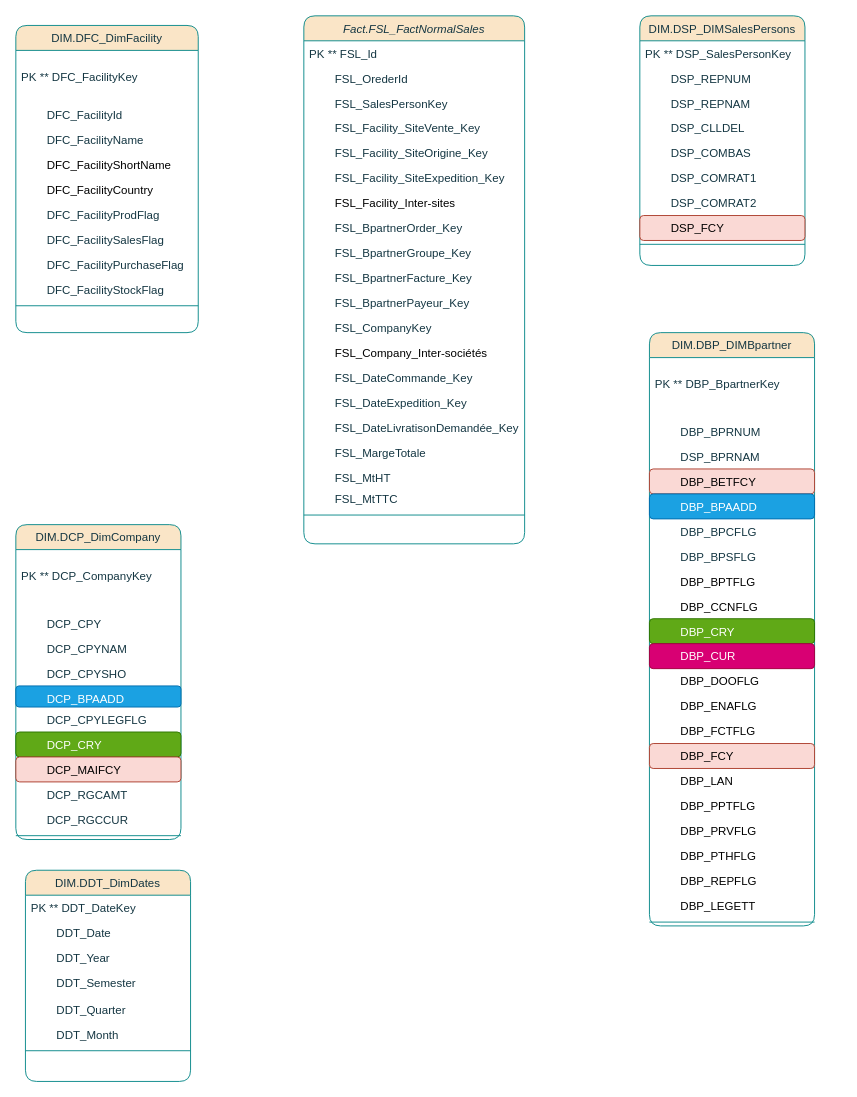
Earlier version of the draw.io diagram Diagramme de classe.drawio (BorchaniMohamed/BI_PROJECT_PFE). Source tidied: cells renumbered, new cells numbered last; positions are measured from the earlier drawing's top-left corner, leaving out a move shared by most shapes. Both pictures are drawn from the tidied source at 96%, with x=0, y=0 at pixel (15, 15).
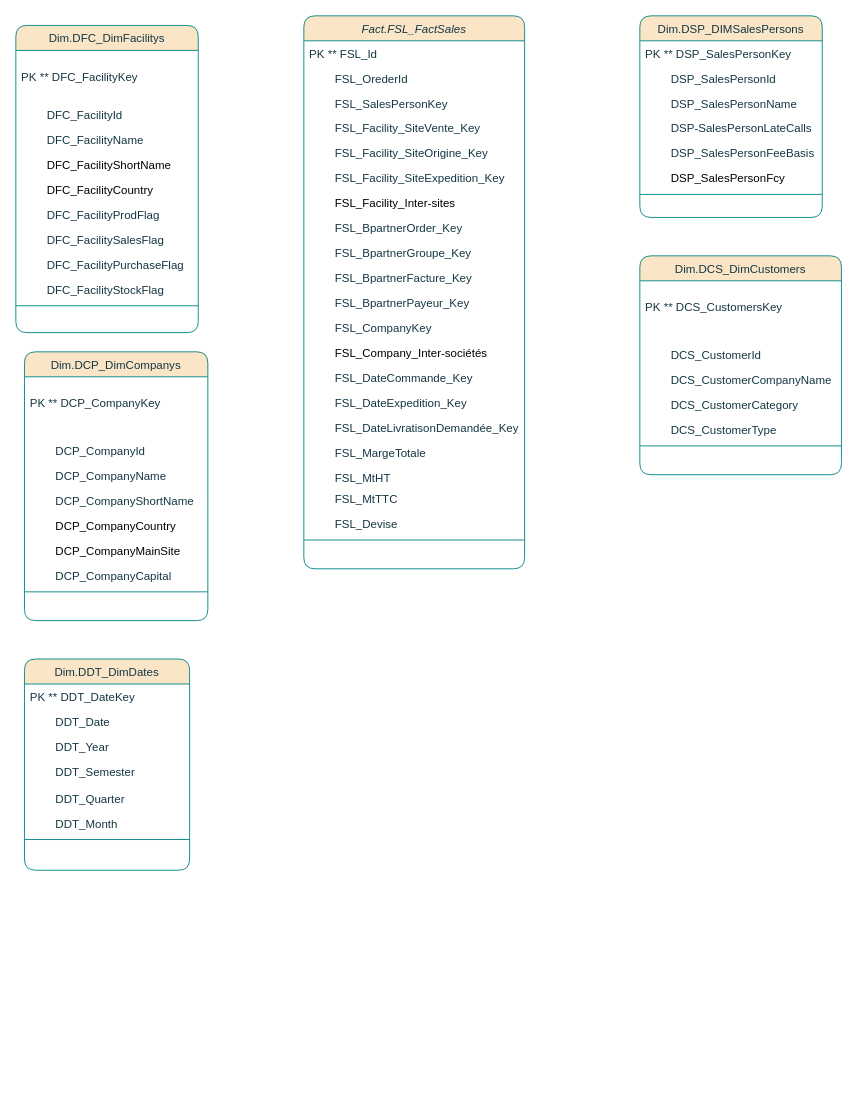
The same diagram, later.

Commit message (it also covers changes not shown here):
Mettre à jour Diagramme de classe.drawio

Diff of the diagram source:
```diff
@@
-    <mxCell id="2" value="Fact.FSL_FactNormalSales" style="swimlane;fontStyle=2;align=center;verticalAlign=top;horizontal=1;startSize=26;rounded=1;shadow=0;strokeWidth=1;labelBackgroundColor=none;fillColor=#FAE5C7;strokeColor=#0F8B8D;fontColor=#143642;" parent="1" vertex="1">
-      <mxGeometry x="300" width="230" height="550" as="geometry" />
+    <mxCell id="2" value="Fact.FSL_FactSales" style="swimlane;fontStyle=2;align=center;verticalAlign=top;horizontal=1;startSize=26;rounded=1;shadow=0;strokeWidth=1;labelBackgroundColor=none;fillColor=#FAE5C7;strokeColor=#0F8B8D;fontColor=#143642;" parent="1" vertex="1">
+      <mxGeometry x="300" width="230" height="576" as="geometry" />
     </mxCell>
@@
+    <mxCell id="87" value="        FSL_Devise" style="text;align=left;verticalAlign=top;spacingLeft=4;spacingRight=4;overflow=hidden;rounded=1;shadow=0;html=0;labelBackgroundColor=none;fontColor=#143642;" parent="2" vertex="1">
+      <mxGeometry y="516" width="230" height="26" as="geometry" />
+    </mxCell>
     <mxCell id="22" style="line;html=1;strokeWidth=1;align=left;verticalAlign=middle;spacingTop=-1;spacingLeft=3;spacingRight=3;labelPosition=right;labelBackgroundColor=none;fillColor=#FAE5C7;strokeColor=#0F8B8D;fontColor=#143642;rounded=1;" parent="2" vertex="1">
-      <mxGeometry y="516" width="230" height="8" as="geometry" />
+      <mxGeometry y="542" width="230" height="8" as="geometry" />
     </mxCell>
-    <mxCell id="23" value="DIM.DSP_DIMSalesPersons" style="swimlane;fontStyle=0;align=center;verticalAlign=top;horizontal=1;startSize=26;rounded=1;shadow=0;strokeWidth=1;fillColor=#FAE5C7;strokeColor=#0F8B8D;labelBackgroundColor=none;fontColor=#143642;" parent="1" vertex="1">
-      <mxGeometry x="650" width="172" height="260" as="geometry" />
+    <mxCell id="23" value="Dim.DSP_DIMSalesPersons" style="swimlane;fontStyle=0;align=center;verticalAlign=top;horizontal=1;startSize=26;rounded=1;shadow=0;strokeWidth=1;fillColor=#FAE5C7;strokeColor=#0F8B8D;labelBackgroundColor=none;fontColor=#143642;" parent="1" vertex="1">
+      <mxGeometry x="650" width="190" height="210" as="geometry" />
     </mxCell>
     <mxCell id="24" value="PK ** DSP_SalesPersonKey" style="text;align=left;verticalAlign=top;spacingLeft=4;spacingRight=4;overflow=hidden;labelBackgroundColor=none;fontColor=#143642;rounded=1;" parent="23" vertex="1">
-      <mxGeometry y="26" width="172" height="26" as="geometry" />
+      <mxGeometry y="26" width="190" height="26" as="geometry" />
     </mxCell>
-    <mxCell id="25" value="        DSP_REPNUM " style="text;align=left;verticalAlign=top;spacingLeft=4;spacingRight=4;overflow=hidden;labelBackgroundColor=none;fontColor=#143642;rounded=1;" parent="23" vertex="1">
-      <mxGeometry y="52" width="172" height="26" as="geometry" />
+    <mxCell id="25" value="        DSP_SalesPersonId" style="text;align=left;verticalAlign=top;spacingLeft=4;spacingRight=4;overflow=hidden;labelBackgroundColor=none;fontColor=#143642;rounded=1;" parent="23" vertex="1">
+      <mxGeometry y="52" width="190" height="26" as="geometry" />
     </mxCell>
-    <mxCell id="26" value="        DSP_REPNAM" style="text;align=left;verticalAlign=top;spacingLeft=4;spacingRight=4;overflow=hidden;labelBackgroundColor=none;fontColor=#143642;rounded=1;" parent="23" vertex="1">
-      <mxGeometry y="78" width="172" height="26" as="geometry" />
+    <mxCell id="26" value="        DSP_SalesPersonName" style="text;align=left;verticalAlign=top;spacingLeft=4;spacingRight=4;overflow=hidden;labelBackgroundColor=none;fontColor=#143642;rounded=1;" parent="23" vertex="1">
+      <mxGeometry y="78" width="190" height="26" as="geometry" />
     </mxCell>
-    <mxCell id="27" value="        DSP_CLLDEL " style="text;align=left;verticalAlign=top;spacingLeft=4;spacingRight=4;overflow=hidden;rounded=1;shadow=0;html=0;labelBackgroundColor=none;fontColor=#143642;" parent="23" vertex="1">
-      <mxGeometry y="104" width="172" height="26" as="geometry" />
+    <mxCell id="27" value="        DSP-SalesPersonLateCalls" style="text;align=left;verticalAlign=top;spacingLeft=4;spacingRight=4;overflow=hidden;rounded=1;shadow=0;html=0;labelBackgroundColor=none;fontColor=#143642;" parent="23" vertex="1">
+      <mxGeometry y="104" width="190" height="26" as="geometry" />
     </mxCell>
-    <mxCell id="28" value="        DSP_COMBAS " style="text;align=left;verticalAlign=top;spacingLeft=4;spacingRight=4;overflow=hidden;rounded=1;shadow=0;html=0;labelBackgroundColor=none;fontColor=#143642;" parent="23" vertex="1">
-      <mxGeometry y="130" width="172" height="26" as="geometry" />
+    <mxCell id="28" value="        DSP_SalesPersonFeeBasis" style="text;align=left;verticalAlign=top;spacingLeft=4;spacingRight=4;overflow=hidden;rounded=1;shadow=0;html=0;labelBackgroundColor=none;fontColor=#143642;" parent="23" vertex="1">
+      <mxGeometry y="130" width="190" height="26" as="geometry" />
     </mxCell>
-    <mxCell id="29" value="        DSP_COMRAT1 " style="text;align=left;verticalAlign=top;spacingLeft=4;spacingRight=4;overflow=hidden;rounded=1;shadow=0;html=0;labelBackgroundColor=none;fontColor=#143642;" parent="23" vertex="1">
-      <mxGeometry y="156" width="172" height="26" as="geometry" />
-    </mxCell>
-    <mxCell id="30" value="        DSP_COMRAT2 " style="text;align=left;verticalAlign=top;spacingLeft=4;spacingRight=4;overflow=hidden;rounded=1;shadow=0;html=0;labelBackgroundColor=none;fontColor=#143642;" parent="23" vertex="1">
-      <mxGeometry y="182" width="172" height="26" as="geometry" />
-    </mxCell>
-    <mxCell id="31" value="        DSP_FCY" style="text;align=left;verticalAlign=top;spacingLeft=4;spacingRight=4;overflow=hidden;rounded=1;shadow=0;html=0;labelBackgroundColor=none;fillColor=#fad9d5;strokeColor=#ae4132;" parent="23" vertex="1">
-      <mxGeometry y="208" width="172" height="26" as="geometry" />
+    <mxCell id="31" value="        DSP_SalesPersonFcy   " style="text;align=left;verticalAlign=top;spacingLeft=4;spacingRight=4;overflow=hidden;rounded=1;shadow=0;html=0;labelBackgroundColor=none;" parent="23" vertex="1">
+      <mxGeometry y="156" width="190" height="26" as="geometry" />
     </mxCell>
     <mxCell id="32" style="line;html=1;strokeWidth=1;align=left;verticalAlign=middle;spacingTop=-1;spacingLeft=3;spacingRight=3;labelPosition=right;labelBackgroundColor=none;fillColor=#FAE5C7;strokeColor=#0F8B8D;fontColor=#143642;rounded=1;" parent="23" vertex="1">
-      <mxGeometry y="234" width="172" height="8" as="geometry" />
+      <mxGeometry y="182" width="190" height="8" as="geometry" />
     </mxCell>
-    <mxCell id="33" value="DIM.DFC_DimFacility" style="swimlane;fontStyle=0;align=center;verticalAlign=top;horizontal=1;startSize=26;rounded=1;shadow=0;strokeWidth=1;fillColor=#FAE5C7;strokeColor=#0F8B8D;labelBackgroundColor=none;fontColor=#143642;" parent="1" vertex="1">
+    <mxCell id="33" value="Dim.DFC_DimFacilitys" style="swimlane;fontStyle=0;align=center;verticalAlign=top;horizontal=1;startSize=26;rounded=1;shadow=0;strokeWidth=1;fillColor=#FAE5C7;strokeColor=#0F8B8D;labelBackgroundColor=none;fontColor=#143642;" parent="1" vertex="1">
       <mxGeometry y="10" width="190" height="320" as="geometry" />
     </mxCell>
@@
-    <mxCell id="44" value="DIM.DBP_DIMBpartner" style="swimlane;fontStyle=0;align=center;verticalAlign=top;horizontal=1;startSize=26;rounded=1;shadow=0;strokeWidth=1;fillColor=#FAE5C7;strokeColor=#0F8B8D;labelBackgroundColor=none;fontColor=#143642;" parent="1" vertex="1">
-      <mxGeometry x="660" y="330" width="172" height="618" as="geometry" />
+    <mxCell id="44" value="Dim.DCS_DimCustomers" style="swimlane;fontStyle=0;align=center;verticalAlign=top;horizontal=1;startSize=26;rounded=1;shadow=0;strokeWidth=1;fillColor=#FAE5C7;strokeColor=#0F8B8D;labelBackgroundColor=none;fontColor=#143642;" parent="1" vertex="1">
+      <mxGeometry x="650" y="250" width="210" height="228" as="geometry" />
     </mxCell>
-    <mxCell id="45" value="&#10;PK ** DBP_BpartnerKey" style="text;align=left;verticalAlign=top;spacingLeft=4;spacingRight=4;overflow=hidden;labelBackgroundColor=none;fontColor=#143642;rounded=1;" parent="44" vertex="1">
-      <mxGeometry y="26" width="172" height="64" as="geometry" />
+    <mxCell id="45" value="&#10;PK ** DCS_CustomersKey" style="text;align=left;verticalAlign=top;spacingLeft=4;spacingRight=4;overflow=hidden;labelBackgroundColor=none;fontColor=#143642;rounded=1;" parent="44" vertex="1">
+      <mxGeometry y="26" width="210" height="64" as="geometry" />
     </mxCell>
-    <mxCell id="46" value="        DBP_BPRNUM" style="text;align=left;verticalAlign=top;spacingLeft=4;spacingRight=4;overflow=hidden;labelBackgroundColor=none;fontColor=#143642;rounded=1;" parent="44" vertex="1">
-      <mxGeometry y="90" width="172" height="26" as="geometry" />
+    <mxCell id="46" value="        DCS_CustomerId" style="text;align=left;verticalAlign=top;spacingLeft=4;spacingRight=4;overflow=hidden;labelBackgroundColor=none;fontColor=#143642;rounded=1;" parent="44" vertex="1">
+      <mxGeometry y="90" width="210" height="26" as="geometry" />
     </mxCell>
-    <mxCell id="47" value="        DSP_BPRNAM" style="text;align=left;verticalAlign=top;spacingLeft=4;spacingRight=4;overflow=hidden;labelBackgroundColor=none;fontColor=#143642;rounded=1;" parent="44" vertex="1">
-      <mxGeometry y="116" width="172" height="26" as="geometry" />
+    <mxCell id="47" value="        DCS_CustomerCompanyName" style="text;align=left;verticalAlign=top;spacingLeft=4;spacingRight=4;overflow=hidden;labelBackgroundColor=none;fontColor=#143642;rounded=1;" parent="44" vertex="1">
+      <mxGeometry y="116" width="210" height="26" as="geometry" />
     </mxCell>
-    <mxCell id="48" value="        DBP_BETFCY" style="text;align=left;verticalAlign=top;spacingLeft=4;spacingRight=4;overflow=hidden;rounded=1;shadow=0;html=0;labelBackgroundColor=none;fillColor=#fad9d5;strokeColor=#ae4132;" parent="44" vertex="1">
-      <mxGeometry y="142" width="172" height="26" as="geometry" />
-    </mxCell>
-    <mxCell id="49" value="        DBP_BPAADD" style="text;align=left;verticalAlign=top;spacingLeft=4;spacingRight=4;overflow=hidden;rounded=1;shadow=0;html=0;labelBackgroundColor=none;fontColor=#ffffff;fillColor=#1ba1e2;strokeColor=#006EAF;" parent="44" vertex="1">
-      <mxGeometry y="168" width="172" height="26" as="geometry" />
-    </mxCell>
-    <mxCell id="50" value="        DBP_BPCFLG" style="text;align=left;verticalAlign=top;spacingLeft=4;spacingRight=4;overflow=hidden;rounded=1;shadow=0;html=0;labelBackgroundColor=none;fontColor=#143642;" parent="44" vertex="1">
-      <mxGeometry y="194" width="172" height="26" as="geometry" />
-    </mxCell>
-    <mxCell id="51" value="        DBP_BPSFLG" style="text;align=left;verticalAlign=top;spacingLeft=4;spacingRight=4;overflow=hidden;rounded=1;shadow=0;html=0;labelBackgroundColor=none;fontColor=#143642;" parent="44" vertex="1">
-      <mxGeometry y="220" width="172" height="26" as="geometry" />
-    </mxCell>
-    <mxCell id="52" value="        DBP_BPTFLG" style="text;align=left;verticalAlign=top;spacingLeft=4;spacingRight=4;overflow=hidden;rounded=1;shadow=0;html=0;labelBackgroundColor=none;" parent="44" vertex="1">
-      <mxGeometry y="246" width="172" height="26" as="geometry" />
-    </mxCell>
-    <mxCell id="53" value="        DBP_CCNFLG" style="text;align=left;verticalAlign=top;spacingLeft=4;spacingRight=4;overflow=hidden;rounded=1;shadow=0;html=0;labelBackgroundColor=none;" parent="44" vertex="1">
-      <mxGeometry y="272" width="172" height="26" as="geometry" />
-    </mxCell>
-    <mxCell id="54" value="        DBP_CRY" style="text;align=left;verticalAlign=top;spacingLeft=4;spacingRight=4;overflow=hidden;rounded=1;shadow=0;html=0;labelBackgroundColor=none;fillColor=#60a917;fontColor=#ffffff;strokeColor=#2D7600;" parent="44" vertex="1">
-      <mxGeometry y="298" width="172" height="26" as="geometry" />
-    </mxCell>
-    <mxCell id="55" value="        DBP_CUR" style="text;align=left;verticalAlign=top;spacingLeft=4;spacingRight=4;overflow=hidden;rounded=1;shadow=0;html=0;labelBackgroundColor=none;fillColor=#d80073;fontColor=#ffffff;strokeColor=#A50040;" parent="44" vertex="1">
-      <mxGeometry y="324" width="172" height="26" as="geometry" />
-    </mxCell>
-    <mxCell id="56" value="        DBP_DOOFLG" style="text;align=left;verticalAlign=top;spacingLeft=4;spacingRight=4;overflow=hidden;rounded=1;shadow=0;html=0;labelBackgroundColor=none;" parent="44" vertex="1">
-      <mxGeometry y="350" width="172" height="26" as="geometry" />
-    </mxCell>
-    <mxCell id="57" value="        DBP_ENAFLG" style="text;align=left;verticalAlign=top;spacingLeft=4;spacingRight=4;overflow=hidden;rounded=1;shadow=0;html=0;labelBackgroundColor=none;" parent="44" vertex="1">
-      <mxGeometry y="376" width="172" height="26" as="geometry" />
-    </mxCell>
-    <mxCell id="58" value="        DBP_FCTFLG" style="text;align=left;verticalAlign=top;spacingLeft=4;spacingRight=4;overflow=hidden;rounded=1;shadow=0;html=0;labelBackgroundColor=none;" parent="44" vertex="1">
-      <mxGeometry y="402" width="172" height="26" as="geometry" />
-    </mxCell>
-    <mxCell id="59" value="        DBP_FCY" style="text;align=left;verticalAlign=top;spacingLeft=4;spacingRight=4;overflow=hidden;rounded=1;shadow=0;html=0;labelBackgroundColor=none;fillColor=#fad9d5;strokeColor=#ae4132;" parent="44" vertex="1">
-      <mxGeometry y="428" width="172" height="26" as="geometry" />
-    </mxCell>
-    <mxCell id="60" value="        DBP_LAN" style="text;align=left;verticalAlign=top;spacingLeft=4;spacingRight=4;overflow=hidden;rounded=1;shadow=0;html=0;labelBackgroundColor=none;" parent="44" vertex="1">
-      <mxGeometry y="454" width="172" height="26" as="geometry" />
-    </mxCell>
-    <mxCell id="61" value="        DBP_PPTFLG" style="text;align=left;verticalAlign=top;spacingLeft=4;spacingRight=4;overflow=hidden;rounded=1;shadow=0;html=0;labelBackgroundColor=none;" parent="44" vertex="1">
-      <mxGeometry y="480" width="172" height="26" as="geometry" />
-    </mxCell>
-    <mxCell id="62" value="        DBP_PRVFLG" style="text;align=left;verticalAlign=top;spacingLeft=4;spacingRight=4;overflow=hidden;rounded=1;shadow=0;html=0;labelBackgroundColor=none;" parent="44" vertex="1">
-      <mxGeometry y="506" width="172" height="26" as="geometry" />
-    </mxCell>
-    <mxCell id="63" value="        DBP_PTHFLG" style="text;align=left;verticalAlign=top;spacingLeft=4;spacingRight=4;overflow=hidden;rounded=1;shadow=0;html=0;labelBackgroundColor=none;" parent="44" vertex="1">
-      <mxGeometry y="532" width="172" height="26" as="geometry" />
-    </mxCell>
-    <mxCell id="64" value="        DBP_REPFLG" style="text;align=left;verticalAlign=top;spacingLeft=4;spacingRight=4;overflow=hidden;rounded=1;shadow=0;html=0;labelBackgroundColor=none;" parent="44" vertex="1">
-      <mxGeometry y="558" width="172" height="26" as="geometry" />
-    </mxCell>
-    <mxCell id="65" value="        DBP_LEGETT" style="text;align=left;verticalAlign=top;spacingLeft=4;spacingRight=4;overflow=hidden;rounded=1;shadow=0;html=0;labelBackgroundColor=none;" parent="44" vertex="1">
-      <mxGeometry y="584" width="172" height="26" as="geometry" />
-    </mxCell>
+    <mxCell id="88" value="        DCS_CustomerCategory" style="text;align=left;verticalAlign=top;spacingLeft=4;spacingRight=4;overflow=hidden;labelBackgroundColor=none;fontColor=#143642;rounded=1;" parent="44" vertex="1">
+      <mxGeometry y="142" width="210" height="26" as="geometry" />
+    </mxCell>
+    <mxCell id="89" value="        DCS_CustomerType" style="text;align=left;verticalAlign=top;spacingLeft=4;spacingRight=4;overflow=hidden;labelBackgroundColor=none;fontColor=#143642;rounded=1;" parent="44" vertex="1">
+      <mxGeometry y="168" width="210" height="26" as="geometry" />
+    </mxCell>
     <mxCell id="66" style="line;html=1;strokeWidth=1;align=left;verticalAlign=middle;spacingTop=-1;spacingLeft=3;spacingRight=3;labelPosition=right;labelBackgroundColor=none;fillColor=#FAE5C7;strokeColor=#0F8B8D;fontColor=#143642;rounded=1;" parent="44" vertex="1">
-      <mxGeometry y="610" width="172" height="8" as="geometry" />
+      <mxGeometry y="194" width="210" height="8" as="geometry" />
     </mxCell>
-    <mxCell id="67" value="DIM.DCP_DimCompany" style="swimlane;fontStyle=0;align=center;verticalAlign=top;horizontal=1;startSize=26;rounded=1;shadow=0;strokeWidth=1;fillColor=#FAE5C7;strokeColor=#0F8B8D;labelBackgroundColor=none;fontColor=#143642;" parent="1" vertex="1">
-      <mxGeometry y="530" width="172" height="328" as="geometry" />
+    <mxCell id="67" value="Dim.DCP_DimCompanys" style="swimlane;fontStyle=0;align=center;verticalAlign=top;horizontal=1;startSize=26;rounded=1;shadow=0;strokeWidth=1;fillColor=#FAE5C7;strokeColor=#0F8B8D;labelBackgroundColor=none;fontColor=#143642;" parent="1" vertex="1">
+      <mxGeometry x="9" y="350" width="191" height="280" as="geometry" />
     </mxCell>
     <mxCell id="68" value="&#10;PK ** DCP_CompanyKey&#10;" style="text;align=left;verticalAlign=top;spacingLeft=4;spacingRight=4;overflow=hidden;labelBackgroundColor=none;fontColor=#143642;rounded=1;" parent="67" vertex="1">
-      <mxGeometry y="26" width="172" height="64" as="geometry" />
+      <mxGeometry y="26" width="191" height="64" as="geometry" />
     </mxCell>
-    <mxCell id="69" value="        DCP_CPY" style="text;align=left;verticalAlign=top;spacingLeft=4;spacingRight=4;overflow=hidden;labelBackgroundColor=none;fontColor=#143642;rounded=1;" parent="67" vertex="1">
-      <mxGeometry y="90" width="172" height="26" as="geometry" />
+    <mxCell id="69" value="        DCP_CompanyId" style="text;align=left;verticalAlign=top;spacingLeft=4;spacingRight=4;overflow=hidden;labelBackgroundColor=none;fontColor=#143642;rounded=1;" parent="67" vertex="1">
+      <mxGeometry y="90" width="191" height="26" as="geometry" />
     </mxCell>
-    <mxCell id="70" value="        DCP_CPYNAM" style="text;align=left;verticalAlign=top;spacingLeft=4;spacingRight=4;overflow=hidden;labelBackgroundColor=none;fontColor=#143642;rounded=1;" parent="67" vertex="1">
-      <mxGeometry y="116" width="172" height="26" as="geometry" />
+    <mxCell id="70" value="        DCP_CompanyName" style="text;align=left;verticalAlign=top;spacingLeft=4;spacingRight=4;overflow=hidden;labelBackgroundColor=none;fontColor=#143642;rounded=1;" parent="67" vertex="1">
+      <mxGeometry y="116" width="191" height="26" as="geometry" />
     </mxCell>
-    <mxCell id="71" value="        DCP_CPYSHO" style="text;align=left;verticalAlign=top;spacingLeft=4;spacingRight=4;overflow=hidden;labelBackgroundColor=none;fontColor=#143642;rounded=1;" parent="67" vertex="1">
-      <mxGeometry y="142" width="172" height="26" as="geometry" />
+    <mxCell id="71" value="        DCP_CompanyShortName" style="text;align=left;verticalAlign=top;spacingLeft=4;spacingRight=4;overflow=hidden;labelBackgroundColor=none;fontColor=#143642;rounded=1;" parent="67" vertex="1">
+      <mxGeometry y="142" width="191" height="26" as="geometry" />
     </mxCell>
-    <mxCell id="72" value="        DCP_BPAADD" style="text;align=left;verticalAlign=top;spacingLeft=4;spacingRight=4;overflow=hidden;rounded=1;shadow=0;html=0;labelBackgroundColor=none;fontColor=#ffffff;fillColor=#1ba1e2;strokeColor=#006EAF;" parent="67" vertex="1">
-      <mxGeometry y="168" width="172" height="22" as="geometry" />
-    </mxCell>
-    <mxCell id="73" value="        DCP_CPYLEGFLG" style="text;align=left;verticalAlign=top;spacingLeft=4;spacingRight=4;overflow=hidden;labelBackgroundColor=none;fontColor=#143642;rounded=1;" parent="67" vertex="1">
-      <mxGeometry y="190" width="172" height="26" as="geometry" />
-    </mxCell>
-    <mxCell id="74" value="        DCP_CRY" style="text;align=left;verticalAlign=top;spacingLeft=4;spacingRight=4;overflow=hidden;rounded=1;shadow=0;html=0;labelBackgroundColor=none;fillColor=#60a917;fontColor=#ffffff;strokeColor=#2D7600;" parent="67" vertex="1">
-      <mxGeometry y="216" width="172" height="26" as="geometry" />
+    <mxCell id="74" value="        DCP_CompanyCountry" style="text;align=left;verticalAlign=top;spacingLeft=4;spacingRight=4;overflow=hidden;rounded=1;shadow=0;html=0;labelBackgroundColor=none;" parent="67" vertex="1">
+      <mxGeometry y="168" width="191" height="26" as="geometry" />
     </mxCell>
-    <mxCell id="75" value="        DCP_MAIFCY" style="text;align=left;verticalAlign=top;spacingLeft=4;spacingRight=4;overflow=hidden;rounded=1;shadow=0;html=0;labelBackgroundColor=none;fillColor=#fad9d5;strokeColor=#ae4132;" parent="67" vertex="1">
-      <mxGeometry y="242" width="172" height="26" as="geometry" />
+    <mxCell id="75" value="        DCP_CompanyMainSite" style="text;align=left;verticalAlign=top;spacingLeft=4;spacingRight=4;overflow=hidden;rounded=1;shadow=0;html=0;labelBackgroundColor=none;" parent="67" vertex="1">
+      <mxGeometry y="194" width="191" height="26" as="geometry" />
     </mxCell>
-    <mxCell id="76" value="        DCP_RGCAMT" style="text;align=left;verticalAlign=top;spacingLeft=4;spacingRight=4;overflow=hidden;labelBackgroundColor=none;fontColor=#143642;rounded=1;" parent="67" vertex="1">
-      <mxGeometry y="268" width="172" height="26" as="geometry" />
+    <mxCell id="76" value="        DCP_CompanyCapital" style="text;align=left;verticalAlign=top;spacingLeft=4;spacingRight=4;overflow=hidden;labelBackgroundColor=none;fontColor=#143642;rounded=1;" parent="67" vertex="1">
+      <mxGeometry y="220" width="191" height="26" as="geometry" />
     </mxCell>
-    <mxCell id="77" value="        DCP_RGCCUR" style="text;align=left;verticalAlign=top;spacingLeft=4;spacingRight=4;overflow=hidden;labelBackgroundColor=none;fontColor=#143642;rounded=1;" parent="67" vertex="1">
-      <mxGeometry y="294" width="172" height="26" as="geometry" />
-    </mxCell>
     <mxCell id="78" style="line;html=1;strokeWidth=1;align=left;verticalAlign=middle;spacingTop=-1;spacingLeft=3;spacingRight=3;labelPosition=right;labelBackgroundColor=none;fillColor=#FAE5C7;strokeColor=#0F8B8D;fontColor=#143642;rounded=1;" parent="67" vertex="1">
-      <mxGeometry y="320" width="172" height="8" as="geometry" />
+      <mxGeometry y="246" width="191" height="8" as="geometry" />
     </mxCell>
-    <mxCell id="79" value="DIM.DDT_DimDates" style="swimlane;fontStyle=0;align=center;verticalAlign=top;horizontal=1;startSize=26;rounded=1;shadow=0;strokeWidth=1;fillColor=#FAE5C7;strokeColor=#0F8B8D;labelBackgroundColor=none;fontColor=#143642;" parent="1" vertex="1">
-      <mxGeometry x="10" y="890" width="172" height="220" as="geometry" />
+    <mxCell id="79" value="Dim.DDT_DimDates" style="swimlane;fontStyle=0;align=center;verticalAlign=top;horizontal=1;startSize=26;rounded=1;shadow=0;strokeWidth=1;fillColor=#FAE5C7;strokeColor=#0F8B8D;labelBackgroundColor=none;fontColor=#143642;" parent="1" vertex="1">
+      <mxGeometry x="9" y="670" width="172" height="220" as="geometry" />
     </mxCell>
```
